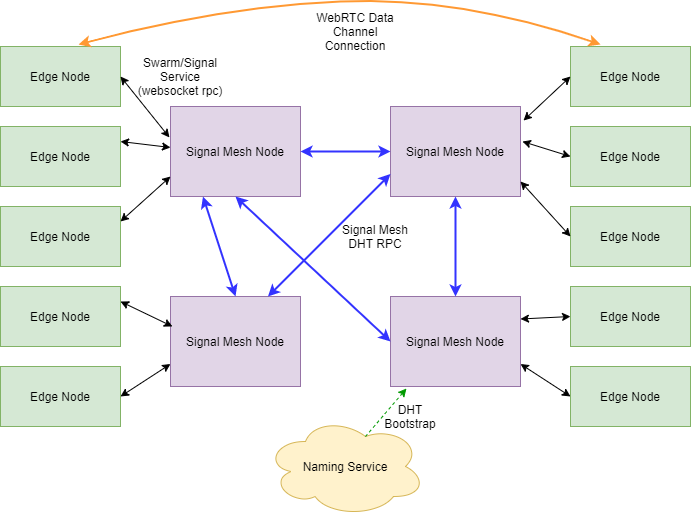
The draw.io diagram docs/content/diagrams/signal-mesh.png in dxos/mesh, before a commit. Source tidied: cells renumbered, new cells last; positions are measured from the earlier drawing's top-left corner, leaving out a move shared by most shapes.
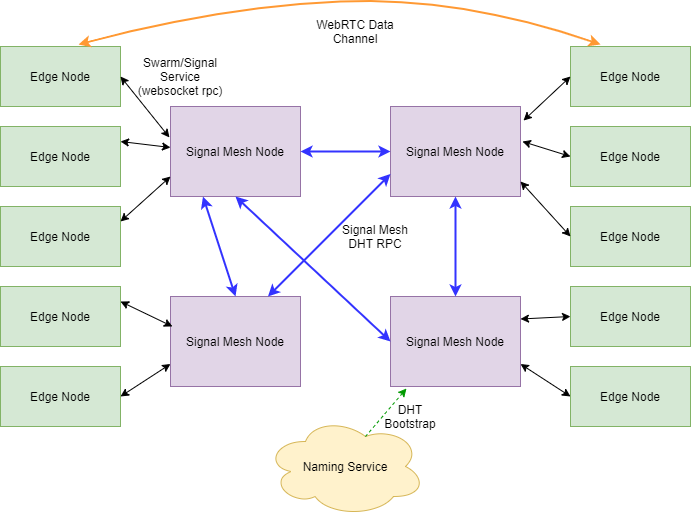
After the commit.

Diff of the diagram source:
```diff
@@ -114,7 +114,7 @@
         </Array>
       </mxGeometry>
     </mxCell>
-    <mxCell id="36" value="WebRTC Data Channel Connection" style="text;html=1;strokeColor=none;fillColor=none;align=center;verticalAlign=middle;whiteSpace=wrap;rounded=0;" parent="1" vertex="1">
+    <mxCell id="36" value="WebRTC Data Channel" style="text;html=1;strokeColor=none;fillColor=none;align=center;verticalAlign=middle;whiteSpace=wrap;rounded=0;" parent="1" vertex="1">
       <mxGeometry x="300" y="10" width="110" height="50" as="geometry" />
     </mxCell>
     <mxCell id="37" value="Signal Mesh DHT RPC" style="text;html=1;strokeColor=none;fillColor=none;align=center;verticalAlign=middle;whiteSpace=wrap;rounded=0;" parent="1" vertex="1">
```
